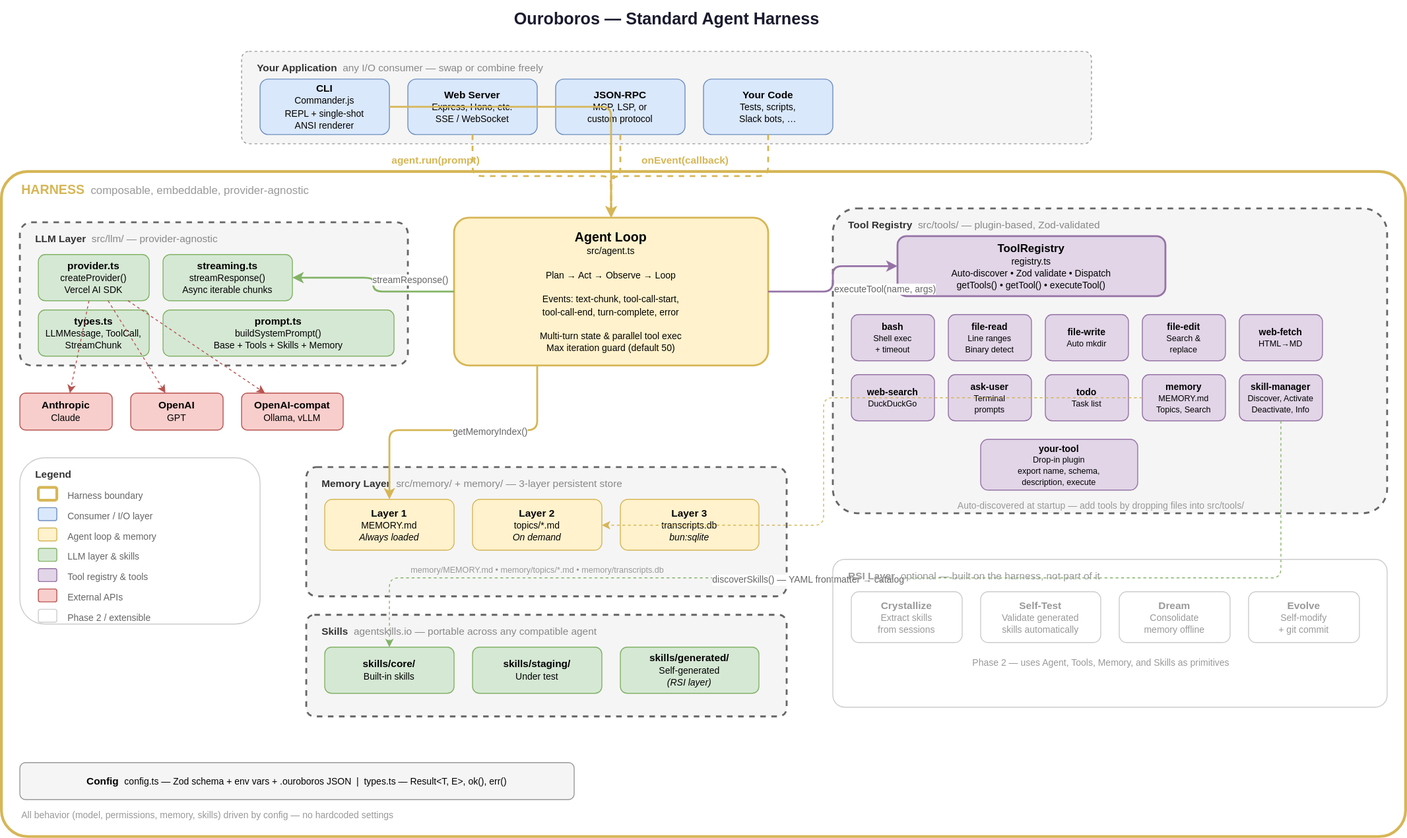
This is docs/agentharness-arch.svg from secondorderai/ouroboros, a draw.io export, as it was before one commit. Source tidied: cells renumbered, new cells last; positions are measured from the earlier drawing's top-left corner, leaving out a move shared by most shapes.
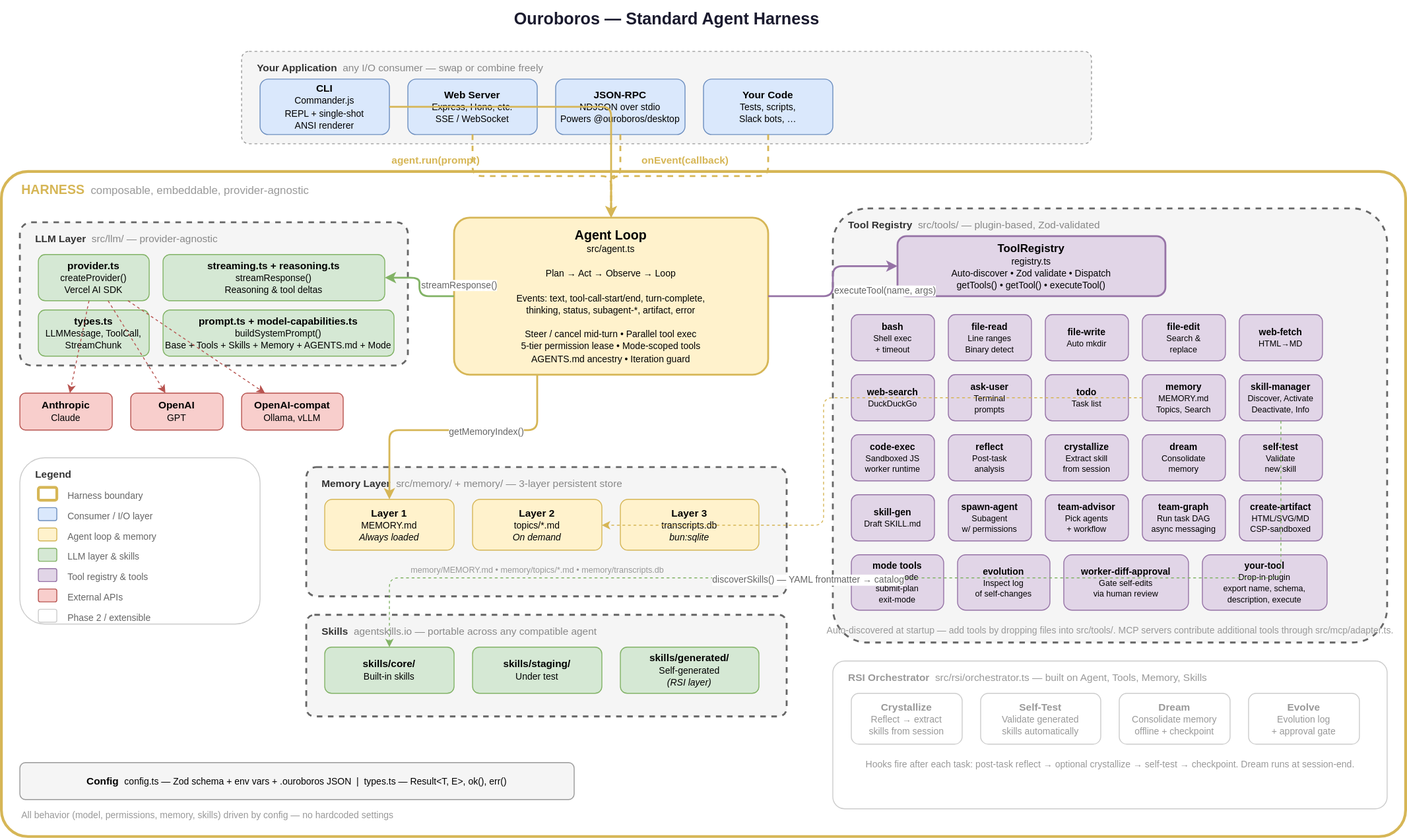
Above is the later version.

What changed in the source:
```diff
@@ -17,7 +17,7 @@
     <mxCell id="6" value="&lt;b&gt;Web Server&lt;/b&gt;&lt;br&gt;&lt;font style=&quot;font-size:10px&quot;&gt;Express, Hono, etc.&lt;br&gt;SSE / WebSocket&lt;/font&gt;" style="rounded=1;whiteSpace=wrap;html=1;fillColor=#dae8fc;strokeColor=#6c8ebf;fontSize=11;" parent="1" vertex="1">
       <mxGeometry x="440" y="85" width="140" height="60" as="geometry" />
     </mxCell>
-    <mxCell id="7" value="&lt;b&gt;JSON-RPC&lt;/b&gt;&lt;br&gt;&lt;font style=&quot;font-size:10px&quot;&gt;MCP, LSP, or&lt;br&gt;custom protocol&lt;/font&gt;" style="rounded=1;whiteSpace=wrap;html=1;fillColor=#dae8fc;strokeColor=#6c8ebf;fontSize=11;" parent="1" vertex="1">
+    <mxCell id="7" value="&lt;b&gt;JSON-RPC&lt;/b&gt;&lt;br&gt;&lt;font style=&quot;font-size:10px&quot;&gt;NDJSON over stdio&lt;br&gt;Powers @ouroboros/desktop&lt;/font&gt;" style="rounded=1;whiteSpace=wrap;html=1;fillColor=#dae8fc;strokeColor=#6c8ebf;fontSize=11;" parent="1" vertex="1">
       <mxGeometry x="600" y="85" width="140" height="60" as="geometry" />
     </mxCell>
     <mxCell id="8" value="&lt;b&gt;Your Code&lt;/b&gt;&lt;br&gt;&lt;font style=&quot;font-size:10px&quot;&gt;Tests, scripts,&lt;br&gt;Slack bots, …&lt;/font&gt;" style="rounded=1;whiteSpace=wrap;html=1;fillColor=#dae8fc;strokeColor=#6c8ebf;fontSize=11;strokeDasharray=3 3;" parent="1" vertex="1">
@@ -47,8 +47,8 @@
     <mxCell id="16" value="&lt;font style=&quot;font-size:14px;color:#d6b656&quot;&gt;&lt;b&gt;HARNESS&lt;/b&gt;&lt;/font&gt;&amp;nbsp;&amp;nbsp;&lt;font color=&quot;#999&quot;&gt;composable, embeddable, provider-agnostic&lt;/font&gt;" style="text;html=1;align=left;verticalAlign=top;fontSize=12;fontColor=#333;" parent="1" vertex="1">
       <mxGeometry x="20" y="190" width="500" height="25" as="geometry" />
     </mxCell>
-    <mxCell id="17" value="&lt;b style=&quot;font-size:14px&quot;&gt;Agent Loop&lt;/b&gt;&lt;br&gt;&lt;font style=&quot;font-size:10px&quot;&gt;src/agent.ts&lt;br&gt;&lt;br&gt;Plan → Act → Observe → Loop&lt;br&gt;&lt;br&gt;Events: text-chunk, tool-call-start,&lt;br&gt;tool-call-end, turn-complete, error&lt;br&gt;&lt;br&gt;Multi-turn state &amp;amp; parallel tool exec&lt;br&gt;Max iteration guard (default 50)&lt;/font&gt;" style="rounded=1;whiteSpace=wrap;html=1;fillColor=#fff2cc;strokeColor=#d6b656;strokeWidth=2;fontSize=11;verticalAlign=middle;arcSize=10;" parent="1" vertex="1">
-      <mxGeometry x="490" y="235" width="340" height="160" as="geometry" />
+    <mxCell id="17" value="&lt;b style=&quot;font-size:14px&quot;&gt;Agent Loop&lt;/b&gt;&lt;br&gt;&lt;font style=&quot;font-size:10px&quot;&gt;src/agent.ts&lt;br&gt;&lt;br&gt;Plan → Act → Observe → Loop&lt;br&gt;&lt;br&gt;Events: text, tool-call-start/end, turn-complete,&lt;br&gt;thinking, status, subagent-*, artifact, error&lt;br&gt;&lt;br&gt;Steer / cancel mid-turn • Parallel tool exec&lt;br&gt;5-tier permission lease • Mode-scoped tools&lt;br&gt;AGENTS.md ancestry • Iteration guard&lt;/font&gt;" style="rounded=1;whiteSpace=wrap;html=1;fillColor=#fff2cc;strokeColor=#d6b656;strokeWidth=2;fontSize=11;verticalAlign=middle;arcSize=10;" parent="1" vertex="1">
+      <mxGeometry x="490" y="235" width="340" height="170" as="geometry" />
     </mxCell>
     <mxCell id="18" style="rounded=1;whiteSpace=wrap;html=1;fillColor=#f5f5f5;strokeColor=#666666;strokeWidth=2;dashed=1;arcSize=8;" parent="1" vertex="1">
       <mxGeometry x="20" y="240" width="420" height="155" as="geometry" />
@@ -59,13 +59,13 @@
     <mxCell id="20" value="&lt;b&gt;provider.ts&lt;/b&gt;&lt;br&gt;&lt;font style=&quot;font-size:10px&quot;&gt;createProvider()&lt;br&gt;Vercel AI SDK&lt;/font&gt;" style="rounded=1;whiteSpace=wrap;html=1;fillColor=#d5e8d4;strokeColor=#82b366;fontSize=11;" parent="1" vertex="1">
       <mxGeometry x="40" y="275" width="120" height="50" as="geometry" />
     </mxCell>
-    <mxCell id="21" value="&lt;b&gt;streaming.ts&lt;/b&gt;&lt;br&gt;&lt;font style=&quot;font-size:10px&quot;&gt;streamResponse()&lt;br&gt;Async iterable chunks&lt;/font&gt;" style="rounded=1;whiteSpace=wrap;html=1;fillColor=#d5e8d4;strokeColor=#82b366;fontSize=11;" parent="1" vertex="1">
-      <mxGeometry x="175" y="275" width="140" height="50" as="geometry" />
+    <mxCell id="21" value="&lt;b&gt;streaming.ts + reasoning.ts&lt;/b&gt;&lt;br&gt;&lt;font style=&quot;font-size:10px&quot;&gt;streamResponse()&lt;br&gt;Reasoning &amp;amp; tool deltas&lt;/font&gt;" style="rounded=1;whiteSpace=wrap;html=1;fillColor=#d5e8d4;strokeColor=#82b366;fontSize=11;" parent="1" vertex="1">
+      <mxGeometry x="175" y="275" width="240" height="50" as="geometry" />
     </mxCell>
     <mxCell id="22" value="&lt;b&gt;types.ts&lt;/b&gt;&lt;br&gt;&lt;font style=&quot;font-size:10px&quot;&gt;LLMMessage, ToolCall,&lt;br&gt;StreamChunk&lt;/font&gt;" style="rounded=1;whiteSpace=wrap;html=1;fillColor=#d5e8d4;strokeColor=#82b366;fontSize=11;" parent="1" vertex="1">
       <mxGeometry x="40" y="335" width="120" height="50" as="geometry" />
     </mxCell>
-    <mxCell id="23" value="&lt;b&gt;prompt.ts&lt;/b&gt;&lt;br&gt;&lt;font style=&quot;font-size:10px&quot;&gt;buildSystemPrompt()&lt;br&gt;Base + Tools + Skills + Memory&lt;/font&gt;" style="rounded=1;whiteSpace=wrap;html=1;fillColor=#d5e8d4;strokeColor=#82b366;fontSize=11;" parent="1" vertex="1">
+    <mxCell id="23" value="&lt;b&gt;prompt.ts + model-capabilities.ts&lt;/b&gt;&lt;br&gt;&lt;font style=&quot;font-size:10px&quot;&gt;buildSystemPrompt()&lt;br&gt;Base + Tools + Skills + Memory + AGENTS.md + Mode&lt;/font&gt;" style="rounded=1;whiteSpace=wrap;html=1;fillColor=#d5e8d4;strokeColor=#82b366;fontSize=11;" parent="1" vertex="1">
       <mxGeometry x="175" y="335" width="250" height="50" as="geometry" />
     </mxCell>
     <mxCell id="24" style="edgeStyle=orthogonalEdgeStyle;rounded=1;strokeWidth=2;strokeColor=#82b366;" parent="1" edge="1" source="17" target="21">
@@ -95,7 +95,7 @@
       <mxGeometry relative="1" as="geometry" />
     </mxCell>
     <mxCell id="32" style="rounded=1;whiteSpace=wrap;html=1;fillColor=#f5f5f5;strokeColor=#666666;strokeWidth=2;dashed=1;arcSize=8;" parent="1" vertex="1">
-      <mxGeometry x="900" y="225" width="600" height="330" as="geometry" />
+      <mxGeometry x="900" y="225" width="600" height="470" as="geometry" />
     </mxCell>
     <mxCell id="33" value="&lt;b&gt;Tool Registry&lt;/b&gt;&amp;nbsp;&amp;nbsp;&lt;font color=&quot;#888&quot;&gt;src/tools/ — plugin-based, Zod-validated&lt;/font&gt;" style="text;html=1;align=left;verticalAlign=top;fontSize=11;fontColor=#333;" parent="1" vertex="1">
       <mxGeometry x="915" y="230" width="380" height="20" as="geometry" />
@@ -141,11 +141,50 @@
     <mxCell id="46" value="&lt;b&gt;skill-manager&lt;/b&gt;&lt;br&gt;&lt;font style=&quot;font-size:9px&quot;&gt;Discover, Activate&lt;br&gt;Deactivate, Info&lt;/font&gt;" style="rounded=1;whiteSpace=wrap;html=1;fillColor=#e1d5e7;strokeColor=#9673a6;fontSize=10;" parent="1" vertex="1">
       <mxGeometry x="1340" y="405" width="90" height="50" as="geometry" />
     </mxCell>
+    <mxCell id="90" value="&lt;b&gt;code-exec&lt;/b&gt;&lt;br&gt;&lt;font style=&quot;font-size:9px&quot;&gt;Sandboxed JS&lt;br&gt;worker runtime&lt;/font&gt;" style="rounded=1;whiteSpace=wrap;html=1;fillColor=#e1d5e7;strokeColor=#9673a6;fontSize=10;" parent="1" vertex="1">
+      <mxGeometry x="920" y="470" width="90" height="50" as="geometry" />
+    </mxCell>
+    <mxCell id="91" value="&lt;b&gt;reflect&lt;/b&gt;&lt;br&gt;&lt;font style=&quot;font-size:9px&quot;&gt;Post-task&lt;br&gt;analysis&lt;/font&gt;" style="rounded=1;whiteSpace=wrap;html=1;fillColor=#e1d5e7;strokeColor=#9673a6;fontSize=10;" parent="1" vertex="1">
+      <mxGeometry x="1025" y="470" width="90" height="50" as="geometry" />
+    </mxCell>
+    <mxCell id="92" value="&lt;b&gt;crystallize&lt;/b&gt;&lt;br&gt;&lt;font style=&quot;font-size:9px&quot;&gt;Extract skill&lt;br&gt;from session&lt;/font&gt;" style="rounded=1;whiteSpace=wrap;html=1;fillColor=#e1d5e7;strokeColor=#9673a6;fontSize=10;" parent="1" vertex="1">
+      <mxGeometry x="1130" y="470" width="90" height="50" as="geometry" />
+    </mxCell>
+    <mxCell id="93" value="&lt;b&gt;dream&lt;/b&gt;&lt;br&gt;&lt;font style=&quot;font-size:9px&quot;&gt;Consolidate&lt;br&gt;memory&lt;/font&gt;" style="rounded=1;whiteSpace=wrap;html=1;fillColor=#e1d5e7;strokeColor=#9673a6;fontSize=10;" parent="1" vertex="1">
+      <mxGeometry x="1235" y="470" width="90" height="50" as="geometry" />
+    </mxCell>
+    <mxCell id="94" value="&lt;b&gt;self-test&lt;/b&gt;&lt;br&gt;&lt;font style=&quot;font-size:9px&quot;&gt;Validate&lt;br&gt;new skill&lt;/font&gt;" style="rounded=1;whiteSpace=wrap;html=1;fillColor=#e1d5e7;strokeColor=#9673a6;fontSize=10;" parent="1" vertex="1">
+      <mxGeometry x="1340" y="470" width="90" height="50" as="geometry" />
+    </mxCell>
+    <mxCell id="95" value="&lt;b&gt;skill-gen&lt;/b&gt;&lt;br&gt;&lt;font style=&quot;font-size:9px&quot;&gt;Draft SKILL.md&lt;/font&gt;" style="rounded=1;whiteSpace=wrap;html=1;fillColor=#e1d5e7;strokeColor=#9673a6;fontSize=10;" parent="1" vertex="1">
+      <mxGeometry x="920" y="535" width="90" height="50" as="geometry" />
+    </mxCell>
+    <mxCell id="96" value="&lt;b&gt;spawn-agent&lt;/b&gt;&lt;br&gt;&lt;font style=&quot;font-size:9px&quot;&gt;Subagent&lt;br&gt;w/ permissions&lt;/font&gt;" style="rounded=1;whiteSpace=wrap;html=1;fillColor=#e1d5e7;strokeColor=#9673a6;fontSize=10;" parent="1" vertex="1">
+      <mxGeometry x="1025" y="535" width="90" height="50" as="geometry" />
+    </mxCell>
+    <mxCell id="97" value="&lt;b&gt;team-advisor&lt;/b&gt;&lt;br&gt;&lt;font style=&quot;font-size:9px&quot;&gt;Pick agents&lt;br&gt;+ workflow&lt;/font&gt;" style="rounded=1;whiteSpace=wrap;html=1;fillColor=#e1d5e7;strokeColor=#9673a6;fontSize=10;" parent="1" vertex="1">
+      <mxGeometry x="1130" y="535" width="90" height="50" as="geometry" />
+    </mxCell>
+    <mxCell id="98" value="&lt;b&gt;team-graph&lt;/b&gt;&lt;br&gt;&lt;font style=&quot;font-size:9px&quot;&gt;Run task DAG&lt;br&gt;async messaging&lt;/font&gt;" style="rounded=1;whiteSpace=wrap;html=1;fillColor=#e1d5e7;strokeColor=#9673a6;fontSize=10;" parent="1" vertex="1">
+      <mxGeometry x="1235" y="535" width="90" height="50" as="geometry" />
+    </mxCell>
+    <mxCell id="99" value="&lt;b&gt;create-artifact&lt;/b&gt;&lt;br&gt;&lt;font style=&quot;font-size:9px&quot;&gt;HTML/SVG/MD&lt;br&gt;CSP-sandboxed&lt;/font&gt;" style="rounded=1;whiteSpace=wrap;html=1;fillColor=#e1d5e7;strokeColor=#9673a6;fontSize=10;" parent="1" vertex="1">
+      <mxGeometry x="1340" y="535" width="90" height="50" as="geometry" />
+    </mxCell>
+    <mxCell id="100" value="&lt;b&gt;mode tools&lt;/b&gt;&lt;br&gt;&lt;font style=&quot;font-size:9px&quot;&gt;enter-mode&lt;br&gt;submit-plan&lt;br&gt;exit-mode&lt;/font&gt;" style="rounded=1;whiteSpace=wrap;html=1;fillColor=#e1d5e7;strokeColor=#9673a6;fontSize=10;" parent="1" vertex="1">
+      <mxGeometry x="920" y="600" width="100" height="60" as="geometry" />
+    </mxCell>
+    <mxCell id="101" value="&lt;b&gt;evolution&lt;/b&gt;&lt;br&gt;&lt;font style=&quot;font-size:9px&quot;&gt;Inspect log&lt;br&gt;of self-changes&lt;/font&gt;" style="rounded=1;whiteSpace=wrap;html=1;fillColor=#e1d5e7;strokeColor=#9673a6;fontSize=10;" parent="1" vertex="1">
+      <mxGeometry x="1035" y="600" width="100" height="60" as="geometry" />
+    </mxCell>
+    <mxCell id="102" value="&lt;b&gt;worker-diff-approval&lt;/b&gt;&lt;br&gt;&lt;font style=&quot;font-size:9px&quot;&gt;Gate self-edits&lt;br&gt;via human review&lt;/font&gt;" style="rounded=1;whiteSpace=wrap;html=1;fillColor=#e1d5e7;strokeColor=#9673a6;fontSize=10;" parent="1" vertex="1">
+      <mxGeometry x="1150" y="600" width="135" height="60" as="geometry" />
+    </mxCell>
     <mxCell id="47" value="&lt;b&gt;your-tool&lt;/b&gt;&lt;br&gt;&lt;font style=&quot;font-size:9px&quot;&gt;Drop-in plugin&lt;br&gt;export name, schema,&lt;br&gt;description, execute&lt;/font&gt;" style="rounded=1;whiteSpace=wrap;html=1;fillColor=#e1d5e7;strokeColor=#9673a6;fontSize=10;strokeDasharray=3 3;" parent="1" vertex="1">
-      <mxGeometry x="1060" y="475" width="170" height="55" as="geometry" />
+      <mxGeometry x="1300" y="600" width="135" height="60" as="geometry" />
     </mxCell>
-    <mxCell id="48" value="&lt;font color=&quot;#999&quot;&gt;Auto-discovered at startup — add tools by dropping files into src/tools/&lt;/font&gt;" style="text;html=1;align=center;fontSize=10;" parent="1" vertex="1">
-      <mxGeometry x="980" y="535" width="420" height="20" as="geometry" />
+    <mxCell id="48" value="&lt;font color=&quot;#999&quot;&gt;Auto-discovered at startup — add tools by dropping files into src/tools/. MCP servers contribute additional tools through src/mcp/adapter.ts.&lt;/font&gt;" style="text;html=1;align=center;fontSize=10;" parent="1" vertex="1">
+      <mxGeometry x="920" y="670" width="560" height="20" as="geometry" />
     </mxCell>
     <mxCell id="49" style="rounded=1;whiteSpace=wrap;html=1;fillColor=#f5f5f5;strokeColor=#666666;strokeWidth=2;dashed=1;arcSize=8;" parent="1" vertex="1">
       <mxGeometry x="330" y="505" width="520" height="140" as="geometry" />
@@ -221,25 +260,25 @@
       <mxGeometry x="20" y="870" width="550" height="20" as="geometry" />
     </mxCell>
     <mxCell id="67" style="rounded=1;whiteSpace=wrap;html=1;fillColor=none;strokeColor=#ccc;strokeWidth=1;strokeDasharray=5 5;arcSize=8;" parent="1" vertex="1">
-      <mxGeometry x="900" y="605" width="600" height="160" as="geometry" />
+      <mxGeometry x="900" y="715" width="600" height="160" as="geometry" />
     </mxCell>
-    <mxCell id="68" value="&lt;b&gt;RSI Layer&lt;/b&gt;&amp;nbsp;&amp;nbsp;&lt;font color=&quot;#999&quot;&gt;optional — built on the harness, not part of it&lt;/font&gt;" style="text;html=1;align=left;verticalAlign=top;fontSize=11;fontColor=#999;" parent="1" vertex="1">
-      <mxGeometry x="915" y="610" width="400" height="20" as="geometry" />
+    <mxCell id="68" value="&lt;b&gt;RSI Orchestrator&lt;/b&gt;&amp;nbsp;&amp;nbsp;&lt;font color=&quot;#999&quot;&gt;src/rsi/orchestrator.ts — built on Agent, Tools, Memory, Skills&lt;/font&gt;" style="text;html=1;align=left;verticalAlign=top;fontSize=11;fontColor=#999;" parent="1" vertex="1">
+      <mxGeometry x="915" y="720" width="500" height="20" as="geometry" />
     </mxCell>
-    <mxCell id="69" value="&lt;b&gt;Crystallize&lt;/b&gt;&lt;br&gt;&lt;font style=&quot;font-size:10px&quot;&gt;Extract skills&lt;br&gt;from sessions&lt;/font&gt;" style="rounded=1;whiteSpace=wrap;html=1;fillColor=#fff;strokeColor=#ccc;strokeDasharray=3 3;fontSize=11;fontColor=#999;" parent="1" vertex="1">
-      <mxGeometry x="920" y="640" width="120" height="55" as="geometry" />
+    <mxCell id="69" value="&lt;b&gt;Crystallize&lt;/b&gt;&lt;br&gt;&lt;font style=&quot;font-size:10px&quot;&gt;Reflect → extract&lt;br&gt;skills from session&lt;/font&gt;" style="rounded=1;whiteSpace=wrap;html=1;fillColor=#fff;strokeColor=#ccc;strokeDasharray=3 3;fontSize=11;fontColor=#999;" parent="1" vertex="1">
+      <mxGeometry x="920" y="750" width="120" height="55" as="geometry" />
     </mxCell>
     <mxCell id="70" value="&lt;b&gt;Self-Test&lt;/b&gt;&lt;br&gt;&lt;font style=&quot;font-size:10px&quot;&gt;Validate generated&lt;br&gt;skills automatically&lt;/font&gt;" style="rounded=1;whiteSpace=wrap;html=1;fillColor=#fff;strokeColor=#ccc;strokeDasharray=3 3;fontSize=11;fontColor=#999;" parent="1" vertex="1">
-      <mxGeometry x="1060" y="640" width="130" height="55" as="geometry" />
+      <mxGeometry x="1060" y="750" width="130" height="55" as="geometry" />
     </mxCell>
-    <mxCell id="71" value="&lt;b&gt;Dream&lt;/b&gt;&lt;br&gt;&lt;font style=&quot;font-size:10px&quot;&gt;Consolidate&lt;br&gt;memory offline&lt;/font&gt;" style="rounded=1;whiteSpace=wrap;html=1;fillColor=#fff;strokeColor=#ccc;strokeDasharray=3 3;fontSize=11;fontColor=#999;" parent="1" vertex="1">
-      <mxGeometry x="1210" y="640" width="120" height="55" as="geometry" />
+    <mxCell id="71" value="&lt;b&gt;Dream&lt;/b&gt;&lt;br&gt;&lt;font style=&quot;font-size:10px&quot;&gt;Consolidate memory&lt;br&gt;offline + checkpoint&lt;/font&gt;" style="rounded=1;whiteSpace=wrap;html=1;fillColor=#fff;strokeColor=#ccc;strokeDasharray=3 3;fontSize=11;fontColor=#999;" parent="1" vertex="1">
+      <mxGeometry x="1210" y="750" width="120" height="55" as="geometry" />
     </mxCell>
-    <mxCell id="72" value="&lt;b&gt;Evolve&lt;/b&gt;&lt;br&gt;&lt;font style=&quot;font-size:10px&quot;&gt;Self-modify&lt;br&gt;+ git commit&lt;/font&gt;" style="rounded=1;whiteSpace=wrap;html=1;fillColor=#fff;strokeColor=#ccc;strokeDasharray=3 3;fontSize=11;fontColor=#999;" parent="1" vertex="1">
-      <mxGeometry x="1350" y="640" width="120" height="55" as="geometry" />
+    <mxCell id="72" value="&lt;b&gt;Evolve&lt;/b&gt;&lt;br&gt;&lt;font style=&quot;font-size:10px&quot;&gt;Evolution log&lt;br&gt;+ approval gate&lt;/font&gt;" style="rounded=1;whiteSpace=wrap;html=1;fillColor=#fff;strokeColor=#ccc;strokeDasharray=3 3;fontSize=11;fontColor=#999;" parent="1" vertex="1">
+      <mxGeometry x="1350" y="750" width="120" height="55" as="geometry" />
     </mxCell>
-    <mxCell id="73" value="&lt;font color=&quot;#999&quot;&gt;Phase 2 — uses Agent, Tools, Memory, and Skills as primitives&lt;/font&gt;" style="text;html=1;align=center;fontSize=10;" parent="1" vertex="1">
-      <mxGeometry x="1000" y="705" width="380" height="20" as="geometry" />
+    <mxCell id="73" value="&lt;font color=&quot;#999&quot;&gt;Hooks fire after each task: post-task reflect → optional crystallize → self-test → checkpoint. Dream runs at session-end.&lt;/font&gt;" style="text;html=1;align=center;fontSize=10;" parent="1" vertex="1">
+      <mxGeometry x="920" y="815" width="560" height="40" as="geometry" />
     </mxCell>
     <mxCell id="74" style="rounded=1;whiteSpace=wrap;html=1;fillColor=none;strokeColor=#ccc;strokeWidth=1;" parent="1" vertex="1">
       <mxGeometry x="20" y="495" width="260" height="180" as="geometry" />
```
